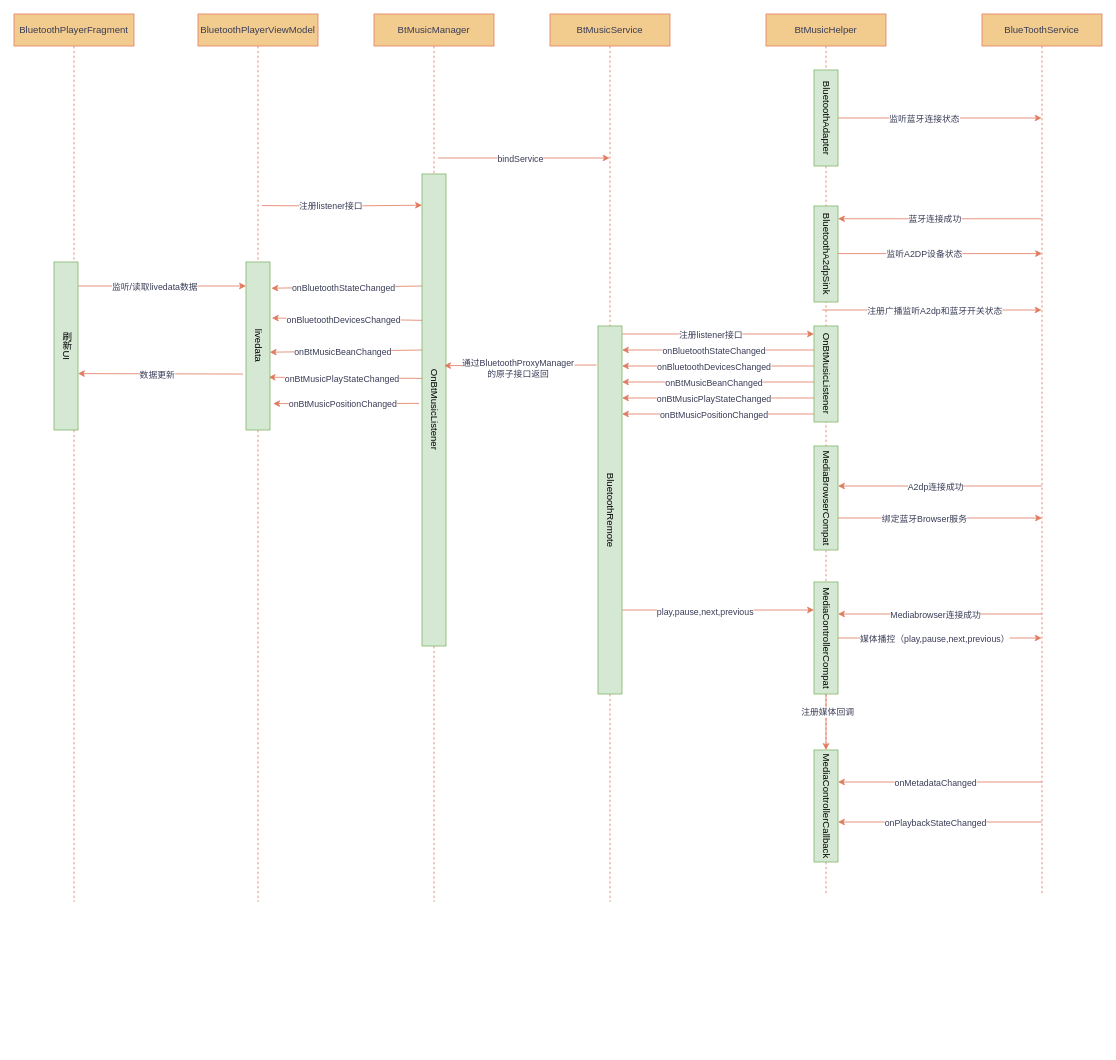
The draw.io diagram page "蓝牙音乐" (2 of 3) of 未命名绘图.drawio in NewPlayerAndroid/Latest-Interview, before the edit. Source tidied: cells renumbered, new cells numbered last; positions are measured from the earlier drawing's top-left corner, leaving out a move shared by most shapes. Both pictures are drawn from the tidied source at 80%, with x=0, y=0 at pixel (14, 14).
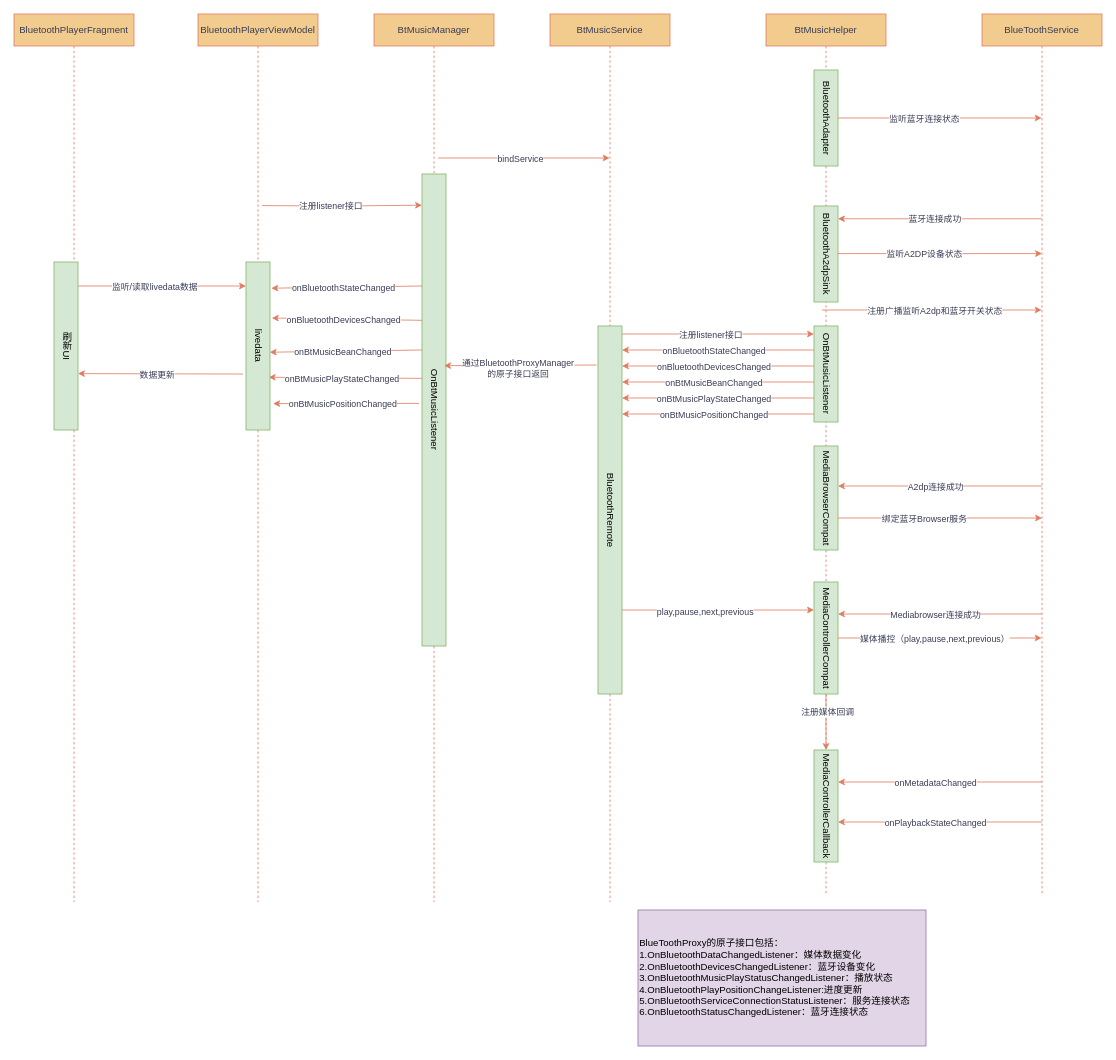
The same page after the edit.

Commit message (it also covers changes not shown here):
更新未命名绘图.drawio

The edit, as a diff of the source:
```diff
@@
+    <mxCell id="74" value="BlueToothProxy的原子接口包括：&lt;div&gt;&lt;div&gt;1.OnBluetoothDataChangedListener：媒体数据变化&lt;/div&gt;&lt;div&gt;2.OnBluetoothDevicesChangedListener：蓝牙设备变化&lt;/div&gt;&lt;div&gt;3.OnBluetoothMusicPlayStatusChangedListener：播放状态&lt;/div&gt;&lt;div&gt;4.OnBluetoothPlayPositionChangeListener:进度更新&lt;/div&gt;&lt;div&gt;5.OnBluetoothServiceConnectionStatusListener：服务连接状态&lt;/div&gt;&lt;div&gt;6.OnBluetoothStatusChangedListener：蓝牙连接状态&lt;/div&gt;&lt;/div&gt;" style="rounded=0;whiteSpace=wrap;html=1;strokeColor=#9673a6;fillColor=#e1d5e7;align=left;" parent="1" vertex="1">
+      <mxGeometry x="780" y="1120" width="360" height="170" as="geometry" />
+    </mxCell>
```
